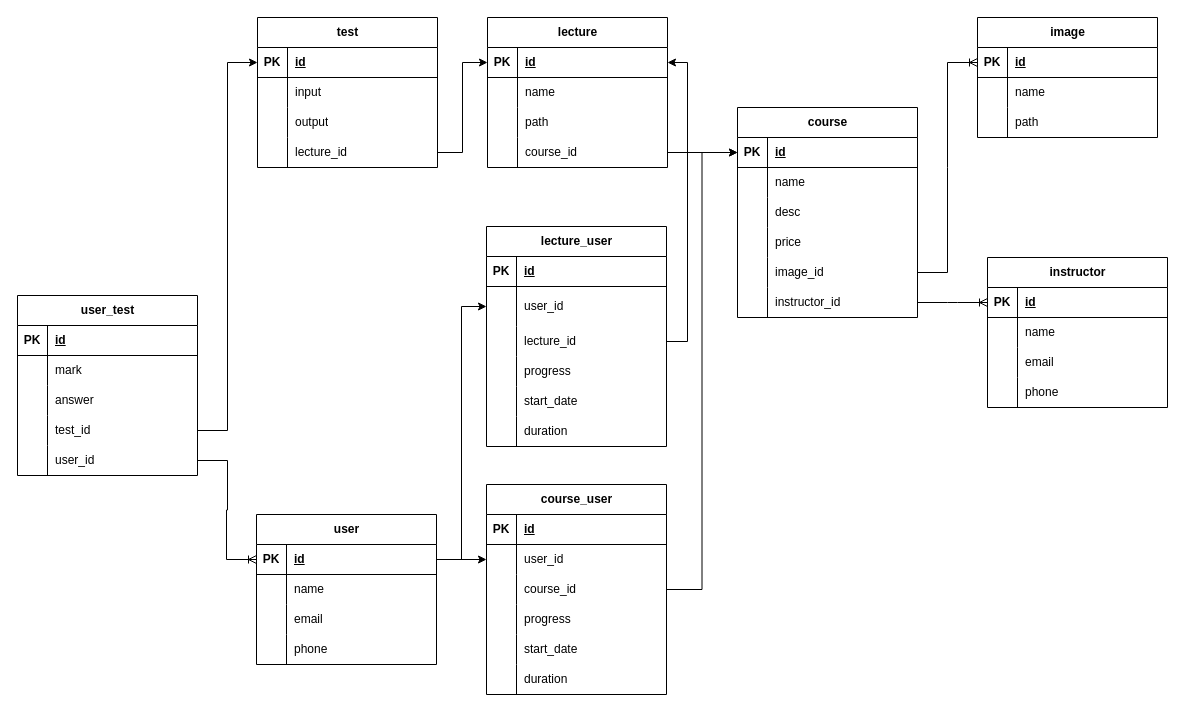
The draw.io diagram Lms.drawio in andrew-atef/andrew-atef, before the edit. Source tidied: cells renumbered, new cells numbered last; positions are measured from the earlier drawing's top-left corner, leaving out a move shared by most shapes. Both pictures are drawn from the tidied source at 100%, with x=0, y=0 at pixel (17, 17).
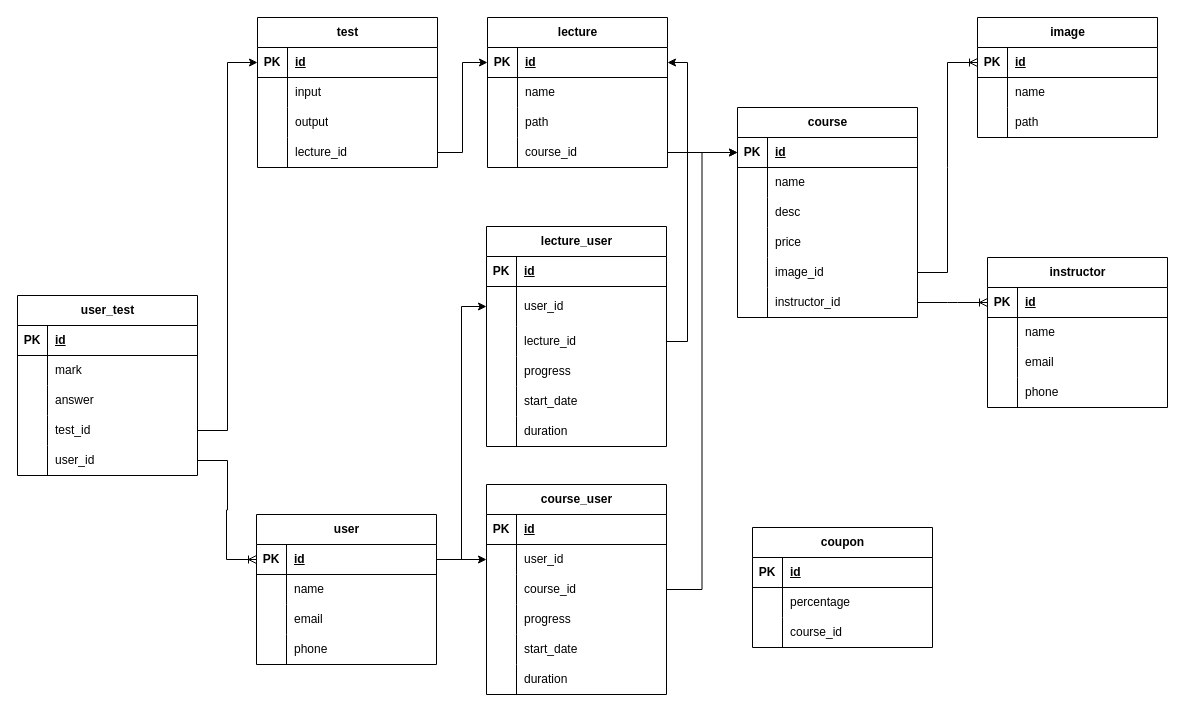
The same page after the edit.

What changed in the source:
```diff
@@
+    <mxCell id="147" value="coupon" style="shape=table;startSize=30;childLayout=tableLayout;rowLines=0;fontStyle=1;align=center;html=1;" parent="1" vertex="1">
+      <mxGeometry x="735" y="510" width="180" height="120" as="geometry" />
+    </mxCell>
+    <mxCell id="148" style="shape=tableRow;horizontal=0;startSize=0;swimlaneHead=0;swimlaneBody=0;fillColor=none;top=0;left=0;right=0;bottom=1;" parent="147" vertex="1">
+      <mxGeometry y="30" width="180" height="30" as="geometry" />
+    </mxCell>
+    <mxCell id="149" value="PK" style="shape=partialRectangle;fillColor=none;top=0;left=0;bottom=0;right=0;fontStyle=1;overflow=hidden;whiteSpace=wrap;html=1;" parent="148" vertex="1">
+      <mxGeometry width="30" height="30" as="geometry" />
+    </mxCell>
+    <mxCell id="150" value="id" style="shape=partialRectangle;fillColor=none;top=0;left=0;bottom=0;right=0;align=left;spacingLeft=6;fontStyle=5;overflow=hidden;whiteSpace=wrap;html=1;" parent="148" vertex="1">
+      <mxGeometry x="30" width="150" height="30" as="geometry" />
+    </mxCell>
+    <mxCell id="151" style="shape=tableRow;horizontal=0;startSize=0;swimlaneHead=0;swimlaneBody=0;fillColor=none;top=0;left=0;right=0;bottom=0;" parent="147" vertex="1">
+      <mxGeometry y="60" width="180" height="30" as="geometry" />
+    </mxCell>
+    <mxCell id="152" style="shape=partialRectangle;fillColor=none;top=0;left=0;bottom=0;right=0;overflow=hidden;whiteSpace=wrap;html=1;" parent="151" vertex="1">
+      <mxGeometry width="30" height="30" as="geometry" />
+    </mxCell>
+    <mxCell id="153" value="percentage" style="shape=partialRectangle;fillColor=none;top=0;left=0;bottom=0;right=0;align=left;spacingLeft=6;overflow=hidden;whiteSpace=wrap;html=1;" parent="151" vertex="1">
+      <mxGeometry x="30" width="150" height="30" as="geometry" />
+    </mxCell>
+    <mxCell id="154" style="shape=tableRow;horizontal=0;startSize=0;swimlaneHead=0;swimlaneBody=0;fillColor=none;top=0;left=0;right=0;bottom=0;" parent="147" vertex="1">
+      <mxGeometry y="90" width="180" height="30" as="geometry" />
+    </mxCell>
+    <mxCell id="155" style="shape=partialRectangle;fillColor=none;top=0;left=0;bottom=0;right=0;overflow=hidden;whiteSpace=wrap;html=1;" parent="154" vertex="1">
+      <mxGeometry width="30" height="30" as="geometry" />
+    </mxCell>
+    <mxCell id="156" value="course_id" style="shape=partialRectangle;fillColor=none;top=0;left=0;bottom=0;right=0;align=left;spacingLeft=6;overflow=hidden;whiteSpace=wrap;html=1;" parent="154" vertex="1">
+      <mxGeometry x="30" width="150" height="30" as="geometry" />
+    </mxCell>
```
